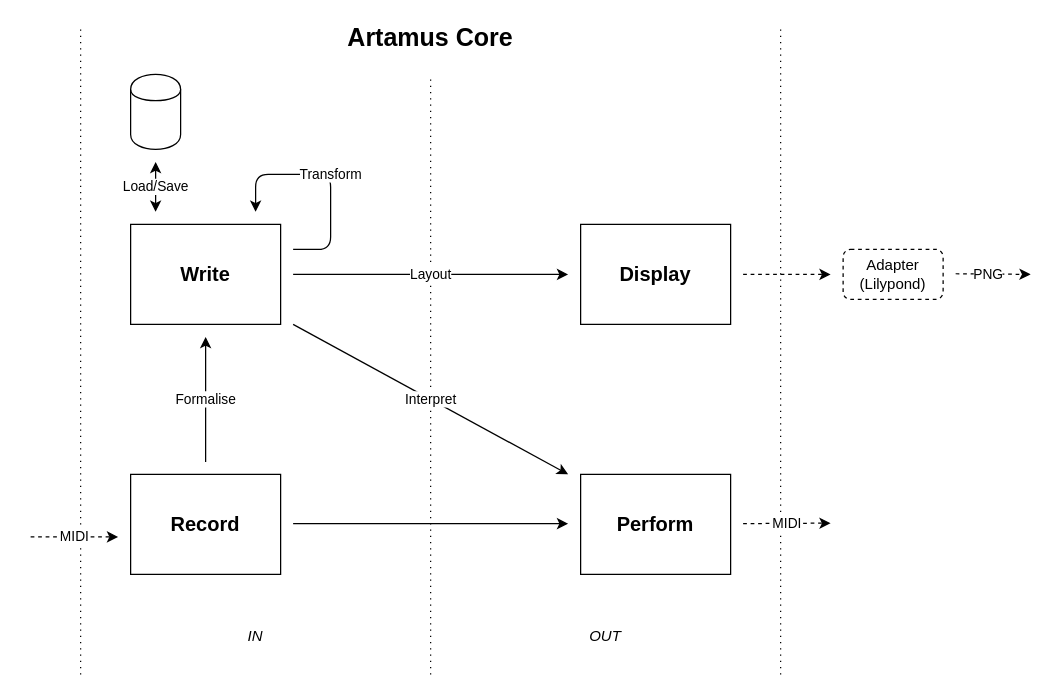
Above: doc/img/core-design.drawio in RoelofRuis/artamus (draw.io), before the change. Source tidied: cells renumbered, new cells numbered last; positions are measured from the earlier drawing's top-left corner, leaving out a move shared by most shapes. Both pictures are drawn from the tidied source at 125%, with x=0, y=0 at pixel (30, 24).
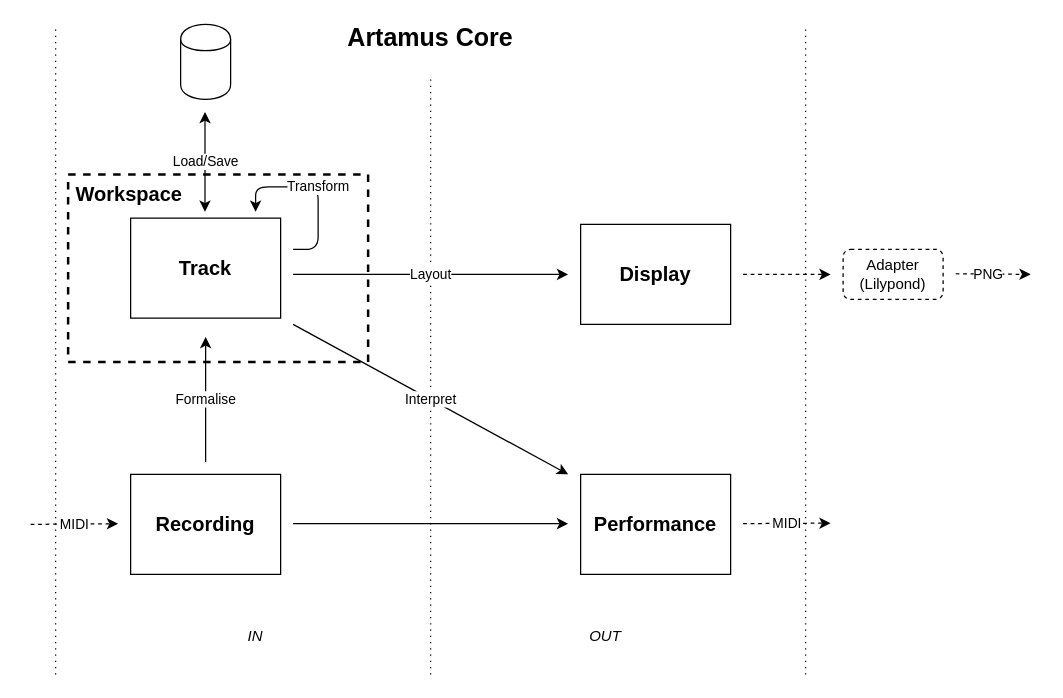
Above is the later version.

The edit, as a diff of the source:
```diff
@@
+    <mxCell id="25" value="&lt;b&gt;&lt;font style=&quot;font-size: 16px&quot;&gt;&amp;nbsp;Workspace&lt;/font&gt;&lt;/b&gt;" style="rounded=0;whiteSpace=wrap;html=1;fillColor=none;dashed=1;strokeColor=#000000;strokeWidth=2;verticalAlign=top;align=left;" parent="1" vertex="1">
+      <mxGeometry x="30" y="120" width="240" height="150" as="geometry" />
+    </mxCell>
-    <mxCell id="2" value="&lt;b&gt;&lt;font style=&quot;font-size: 16px&quot;&gt;Write&lt;/font&gt;&lt;/b&gt;" style="rounded=0;whiteSpace=wrap;html=1;" parent="1" vertex="1">
-      <mxGeometry x="80" y="160" width="120" height="80" as="geometry" />
+    <mxCell id="2" value="&lt;b&gt;&lt;font style=&quot;font-size: 16px&quot;&gt;Track&lt;br&gt;&lt;/font&gt;&lt;/b&gt;" style="rounded=0;whiteSpace=wrap;html=1;" parent="1" vertex="1">
+      <mxGeometry x="80" y="155" width="120" height="80" as="geometry" />
     </mxCell>
@@
-    <mxCell id="4" value="&lt;b&gt;&lt;font style=&quot;font-size: 16px&quot;&gt;Record&lt;br&gt;&lt;/font&gt;&lt;/b&gt;" style="rounded=0;whiteSpace=wrap;html=1;" parent="1" vertex="1">
+    <mxCell id="4" value="&lt;b&gt;&lt;font style=&quot;font-size: 16px&quot;&gt;Recording&lt;br&gt;&lt;/font&gt;&lt;/b&gt;" style="rounded=0;whiteSpace=wrap;html=1;" parent="1" vertex="1">
       <mxGeometry x="80" y="360" width="120" height="80" as="geometry" />
     </mxCell>
-    <mxCell id="5" value="&lt;b&gt;&lt;font style=&quot;font-size: 16px&quot;&gt;Perform&lt;br&gt;&lt;/font&gt;&lt;/b&gt;" style="rounded=0;whiteSpace=wrap;html=1;" parent="1" vertex="1">
+    <mxCell id="5" value="&lt;b&gt;&lt;font style=&quot;font-size: 16px&quot;&gt;Performance&lt;br&gt;&lt;/font&gt;&lt;/b&gt;" style="rounded=0;whiteSpace=wrap;html=1;" parent="1" vertex="1">
       <mxGeometry x="440" y="360" width="120" height="80" as="geometry" />
     </mxCell>
     <mxCell id="6" style="endArrow=none;dashed=1;html=1;dashPattern=1 4;" parent="1" edge="1">
       <mxGeometry relative="1" as="geometry">
-        <mxPoint x="40" y="520" as="sourcePoint" />
-        <mxPoint x="40" as="targetPoint" />
+        <mxPoint x="20" y="520" as="sourcePoint" />
+        <mxPoint x="20" as="targetPoint" />
       </mxGeometry>
     </mxCell>
@@
     <mxCell id="8" style="endArrow=none;dashed=1;html=1;dashPattern=1 4;" parent="1" edge="1">
       <mxGeometry relative="1" as="geometry">
-        <mxPoint x="600" y="520" as="sourcePoint" />
-        <mxPoint x="600" as="targetPoint" />
+        <mxPoint x="620" y="520" as="sourcePoint" />
+        <mxPoint x="620" as="targetPoint" />
       </mxGeometry>
     </mxCell>
@@
     <mxCell id="16" value="MIDI" style="endArrow=classic;html=1;dashed=1;" parent="1" edge="1">
       <mxGeometry relative="1" as="geometry">
-        <mxPoint y="410" as="sourcePoint" />
-        <mxPoint x="70" y="410" as="targetPoint" />
+        <mxPoint y="400" as="sourcePoint" />
+        <mxPoint x="70" y="399.5" as="targetPoint" />
       </mxGeometry>
     </mxCell>
     <mxCell id="17" value="Transform" style="endArrow=classic;html=1;rounded=1;" parent="1" edge="1">
       <mxGeometry relative="1" as="geometry">
         <mxPoint x="210" y="180" as="sourcePoint" />
         <mxPoint x="180" y="150" as="targetPoint" />
         <Array as="points">
-          <mxPoint x="240" y="180" />
-          <mxPoint x="240" y="120" />
-          <mxPoint x="180" y="120" />
+          <mxPoint x="230" y="180" />
+          <mxPoint x="230" y="130" />
+          <mxPoint x="180" y="130" />
         </Array>
       </mxGeometry>
     </mxCell>
     <mxCell id="18" style="shape=cylinder;whiteSpace=wrap;html=1;boundedLbl=1;backgroundOutline=1;" parent="1" vertex="1">
-      <mxGeometry x="80" y="40" width="40" height="60" as="geometry" />
+      <mxGeometry x="120" width="40" height="60" as="geometry" />
     </mxCell>
     <mxCell id="19" value="Load/Save" style="endArrow=classic;startArrow=classic;html=1;" parent="1" edge="1">
       <mxGeometry relative="1" as="geometry">
-        <mxPoint x="100" y="150" as="sourcePoint" />
-        <mxPoint x="100" y="110" as="targetPoint" />
+        <mxPoint x="139.5" y="150" as="sourcePoint" />
+        <mxPoint x="139.5" y="70" as="targetPoint" />
       </mxGeometry>
     </mxCell>
```
